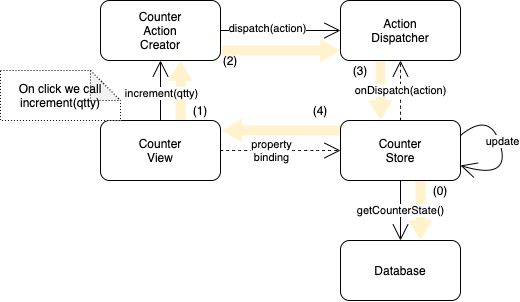
Earlier version of the draw.io export qml-playground/flux-architecture/flow.png (gborobio73/qt_qml_playground). Source tidied: cells renumbered, new cells last; positions are measured from the earlier drawing's top-left corner, leaving out a move shared by most shapes. Source of this version:
```xml
<mxGraphModel>
  <root>
    <mxCell id="0" />
    <mxCell id="1" parent="0" />
    <mxCell id="2" style="shape=flexArrow;endArrow=classic;html=1;startSize=14;endSize=6.27;sourcePerimeterSpacing=8;targetPerimeterSpacing=8;endWidth=13;fillColor=#fff2cc;strokeColor=none;exitX=0.75;exitY=1;exitDx=0;exitDy=0;" parent="1" edge="1">
      <mxGeometry relative="1" as="geometry">
        <mxPoint x="420" y="180" as="sourcePoint" />
        <mxPoint x="420" y="240" as="targetPoint" />
      </mxGeometry>
    </mxCell>
    <mxCell id="3" style="shape=flexArrow;endArrow=classic;html=1;startSize=14;endSize=6.27;sourcePerimeterSpacing=8;targetPerimeterSpacing=8;endWidth=13;fillColor=#fff2cc;strokeColor=none;exitX=0.75;exitY=1;exitDx=0;exitDy=0;" parent="1" edge="1">
      <mxGeometry relative="1" as="geometry">
        <mxPoint x="180" y="120" as="sourcePoint" />
        <mxPoint x="180" y="60" as="targetPoint" />
      </mxGeometry>
    </mxCell>
    <mxCell id="4" style="shape=flexArrow;endArrow=classic;html=1;startSize=14;endSize=6.27;sourcePerimeterSpacing=8;targetPerimeterSpacing=8;endWidth=13;fillColor=#fff2cc;strokeColor=none;exitX=0.75;exitY=1;exitDx=0;exitDy=0;" parent="1" edge="1">
      <mxGeometry relative="1" as="geometry">
        <mxPoint x="380" y="60" as="sourcePoint" />
        <mxPoint x="380" y="120" as="targetPoint" />
      </mxGeometry>
    </mxCell>
    <mxCell id="5" style="edgeStyle=none;curved=1;rounded=0;jettySize=auto;html=1;exitX=1;exitY=0.5;exitDx=0;exitDy=0;entryX=0;entryY=0.5;entryDx=0;entryDy=0;endArrow=open;startSize=14;endSize=14;sourcePerimeterSpacing=8;targetPerimeterSpacing=8;" parent="1" edge="1" source="7" target="13">
      <mxGeometry relative="1" as="geometry" />
    </mxCell>
    <mxCell id="6" value="dispatch(action)" style="edgeLabel;html=1;align=center;verticalAlign=middle;" parent="5" vertex="1">
      <mxGeometry x="-0.22" y="2" relative="1" as="geometry" />
    </mxCell>
    <mxCell id="7" value="Counter&lt;br&gt;Action&lt;br&gt;Creator" style="rounded=1;whiteSpace=wrap;html=1;hachureGap=4;" parent="1" vertex="1">
      <mxGeometry x="100" width="120" height="60" as="geometry" />
    </mxCell>
    <mxCell id="8" style="edgeStyle=none;curved=1;rounded=0;jettySize=auto;html=1;exitX=1;exitY=0.5;exitDx=0;exitDy=0;entryX=0;entryY=0.5;entryDx=0;entryDy=0;endArrow=open;startSize=14;endSize=14;sourcePerimeterSpacing=8;targetPerimeterSpacing=8;dashed=1;" parent="1" edge="1" source="12" target="20">
      <mxGeometry relative="1" as="geometry" />
    </mxCell>
    <mxCell id="9" value="property&lt;br&gt;binding" style="edgeLabel;html=1;align=center;verticalAlign=middle;" parent="8" vertex="1">
      <mxGeometry x="-0.45" y="1" relative="1" as="geometry">
        <mxPoint x="17" y="1" as="offset" />
      </mxGeometry>
    </mxCell>
    <mxCell id="10" style="edgeStyle=none;curved=1;rounded=0;jettySize=auto;html=1;exitX=0.5;exitY=0;exitDx=0;exitDy=0;entryX=0.5;entryY=1;entryDx=0;entryDy=0;endArrow=open;startSize=14;endSize=14;sourcePerimeterSpacing=8;targetPerimeterSpacing=8;" parent="1" edge="1" source="12" target="7">
      <mxGeometry relative="1" as="geometry" />
    </mxCell>
    <mxCell id="11" value="increment(qtty)" style="edgeLabel;html=1;align=center;verticalAlign=middle;" parent="10" vertex="1">
      <mxGeometry x="-0.3" y="-1" relative="1" as="geometry">
        <mxPoint y="-7" as="offset" />
      </mxGeometry>
    </mxCell>
    <mxCell id="12" value="Counter&lt;br&gt;View" style="rounded=1;whiteSpace=wrap;html=1;hachureGap=4;" parent="1" vertex="1">
      <mxGeometry x="100" y="120" width="120" height="60" as="geometry" />
    </mxCell>
    <mxCell id="13" value="Action&lt;br&gt;Dispatcher" style="rounded=1;whiteSpace=wrap;html=1;hachureGap=4;" parent="1" vertex="1">
      <mxGeometry x="340" width="120" height="60" as="geometry" />
    </mxCell>
    <mxCell id="14" value="onDispatch(action)" style="edgeStyle=none;curved=1;rounded=0;jettySize=auto;html=1;exitX=0.5;exitY=0;exitDx=0;exitDy=0;entryX=0.5;entryY=1;entryDx=0;entryDy=0;endArrow=open;startSize=14;endSize=14;sourcePerimeterSpacing=8;targetPerimeterSpacing=8;dashed=1;" parent="1" edge="1" source="20" target="13">
      <mxGeometry relative="1" as="geometry" />
    </mxCell>
    <mxCell id="15" style="edgeStyle=none;curved=1;rounded=0;orthogonalLoop=1;jettySize=auto;html=1;exitX=1;exitY=0.25;exitDx=0;exitDy=0;endArrow=open;startSize=14;endSize=14;sourcePerimeterSpacing=8;targetPerimeterSpacing=8;entryX=1;entryY=0.75;entryDx=0;entryDy=0;" parent="1" edge="1" source="20" target="20">
      <mxGeometry relative="1" as="geometry">
        <Array as="points">
          <mxPoint x="490" y="110" />
          <mxPoint x="510" y="180" />
        </Array>
      </mxGeometry>
    </mxCell>
    <mxCell id="16" value="update" style="edgeLabel;html=1;align=center;verticalAlign=middle;" parent="15" vertex="1">
      <mxGeometry x="-0.13" y="3" relative="1" as="geometry" />
    </mxCell>
    <mxCell id="17" style="edgeStyle=none;curved=1;rounded=0;jettySize=auto;html=1;endArrow=none;endFill=0;startSize=14;endSize=14;sourcePerimeterSpacing=8;targetPerimeterSpacing=8;opacity=0;" parent="1" edge="1" source="20" target="28">
      <mxGeometry relative="1" as="geometry" />
    </mxCell>
    <mxCell id="18" style="edgeStyle=none;curved=1;rounded=0;jettySize=auto;html=1;entryX=0.5;entryY=0;entryDx=0;entryDy=0;endArrow=none;endFill=0;startSize=14;endSize=14;sourcePerimeterSpacing=8;targetPerimeterSpacing=8;opacity=0;" parent="1" edge="1" source="20" target="28">
      <mxGeometry relative="1" as="geometry" />
    </mxCell>
    <mxCell id="19" value="getCounterState()" style="edgeStyle=none;curved=1;rounded=0;jettySize=auto;html=1;exitX=0.5;exitY=1;exitDx=0;exitDy=0;entryX=0.5;entryY=0;entryDx=0;entryDy=0;endArrow=open;endFill=0;startSize=14;endSize=14;sourcePerimeterSpacing=8;targetPerimeterSpacing=8;" parent="1" edge="1" source="20" target="28">
      <mxGeometry relative="1" as="geometry" />
    </mxCell>
    <mxCell id="20" value="Counter&lt;br&gt;Store" style="rounded=1;whiteSpace=wrap;html=1;hachureGap=4;" parent="1" vertex="1">
      <mxGeometry x="340" y="120" width="120" height="60" as="geometry" />
    </mxCell>
    <mxCell id="21" value="On click we call&lt;br&gt;increment(qtty)" style="shape=note;whiteSpace=wrap;html=1;backgroundOutline=1;darkOpacity=0.05;hachureGap=4;dashed=1;dashPattern=1 2;" parent="1" vertex="1">
      <mxGeometry y="70" width="120" height="50" as="geometry" />
    </mxCell>
    <mxCell id="22" style="shape=flexArrow;endArrow=classic;html=1;startSize=14;endSize=6.27;sourcePerimeterSpacing=8;targetPerimeterSpacing=8;endWidth=13;fillColor=#fff2cc;strokeColor=none;exitX=1.009;exitY=0.835;exitDx=0;exitDy=0;exitPerimeter=0;" parent="1" edge="1" source="7">
      <mxGeometry relative="1" as="geometry">
        <mxPoint x="340" y="50" as="targetPoint" />
      </mxGeometry>
    </mxCell>
    <mxCell id="23" style="shape=flexArrow;endArrow=classic;html=1;startSize=14;endSize=6.27;sourcePerimeterSpacing=8;targetPerimeterSpacing=8;endWidth=13;fillColor=#fff2cc;strokeColor=none;exitX=1.009;exitY=0.835;exitDx=0;exitDy=0;exitPerimeter=0;" parent="1" edge="1">
      <mxGeometry relative="1" as="geometry">
        <mxPoint x="340" y="130" as="sourcePoint" />
        <mxPoint x="221.1" y="130.1" as="targetPoint" />
      </mxGeometry>
    </mxCell>
    <mxCell id="24" value="(1)" style="text;html=1;strokeColor=none;fillColor=none;align=center;verticalAlign=middle;whiteSpace=wrap;rounded=0;shadow=0;glass=0;hachureGap=4;opacity=0;" parent="1" vertex="1">
      <mxGeometry x="180" y="100" width="40" height="20" as="geometry" />
    </mxCell>
    <mxCell id="25" value="(2)" style="text;html=1;strokeColor=none;fillColor=none;align=center;verticalAlign=middle;whiteSpace=wrap;rounded=0;shadow=0;glass=0;hachureGap=4;opacity=0;" parent="1" vertex="1">
      <mxGeometry x="210" y="50" width="40" height="20" as="geometry" />
    </mxCell>
    <mxCell id="26" value="(3)" style="text;html=1;strokeColor=none;fillColor=none;align=center;verticalAlign=middle;whiteSpace=wrap;rounded=0;shadow=0;glass=0;hachureGap=4;opacity=0;" parent="1" vertex="1">
      <mxGeometry x="340" y="60" width="40" height="20" as="geometry" />
    </mxCell>
    <mxCell id="27" value="(4)" style="text;html=1;strokeColor=none;fillColor=none;align=center;verticalAlign=middle;whiteSpace=wrap;rounded=0;shadow=0;glass=0;hachureGap=4;opacity=0;" parent="1" vertex="1">
      <mxGeometry x="300" y="100" width="40" height="20" as="geometry" />
    </mxCell>
    <mxCell id="28" value="Database" style="rounded=1;whiteSpace=wrap;html=1;hachureGap=4;" parent="1" vertex="1">
      <mxGeometry x="340" y="240" width="120" height="60" as="geometry" />
    </mxCell>
    <mxCell id="29" value="(0)" style="text;html=1;strokeColor=none;fillColor=none;align=center;verticalAlign=middle;whiteSpace=wrap;rounded=0;shadow=0;glass=0;hachureGap=4;opacity=0;" parent="1" vertex="1">
      <mxGeometry x="420" y="180" width="40" height="20" as="geometry" />
    </mxCell>
  </root>
</mxGraphModel>
```
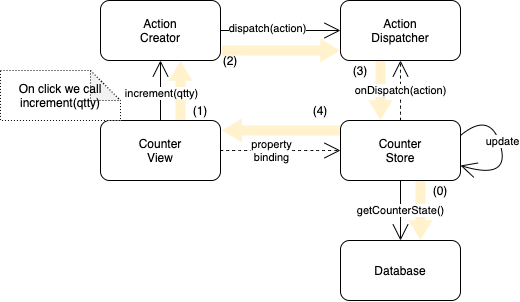
After the commit.

Diff of the diagram source:
```diff
@@ -26,7 +26,7 @@
     <mxCell id="6" value="dispatch(action)" style="edgeLabel;html=1;align=center;verticalAlign=middle;" parent="5" vertex="1">
       <mxGeometry x="-0.22" y="2" relative="1" as="geometry" />
     </mxCell>
-    <mxCell id="7" value="Counter&lt;br&gt;Action&lt;br&gt;Creator" style="rounded=1;whiteSpace=wrap;html=1;hachureGap=4;" parent="1" vertex="1">
+    <mxCell id="7" value="Action&lt;br&gt;Creator" style="rounded=1;whiteSpace=wrap;html=1;hachureGap=4;" parent="1" vertex="1">
       <mxGeometry x="100" width="120" height="60" as="geometry" />
     </mxCell>
     <mxCell id="8" style="edgeStyle=none;curved=1;rounded=0;jettySize=auto;html=1;exitX=1;exitY=0.5;exitDx=0;exitDy=0;entryX=0;entryY=0.5;entryDx=0;entryDy=0;endArrow=open;startSize=14;endSize=14;sourcePerimeterSpacing=8;targetPerimeterSpacing=8;dashed=1;" parent="1" edge="1" source="12" target="20">
```
